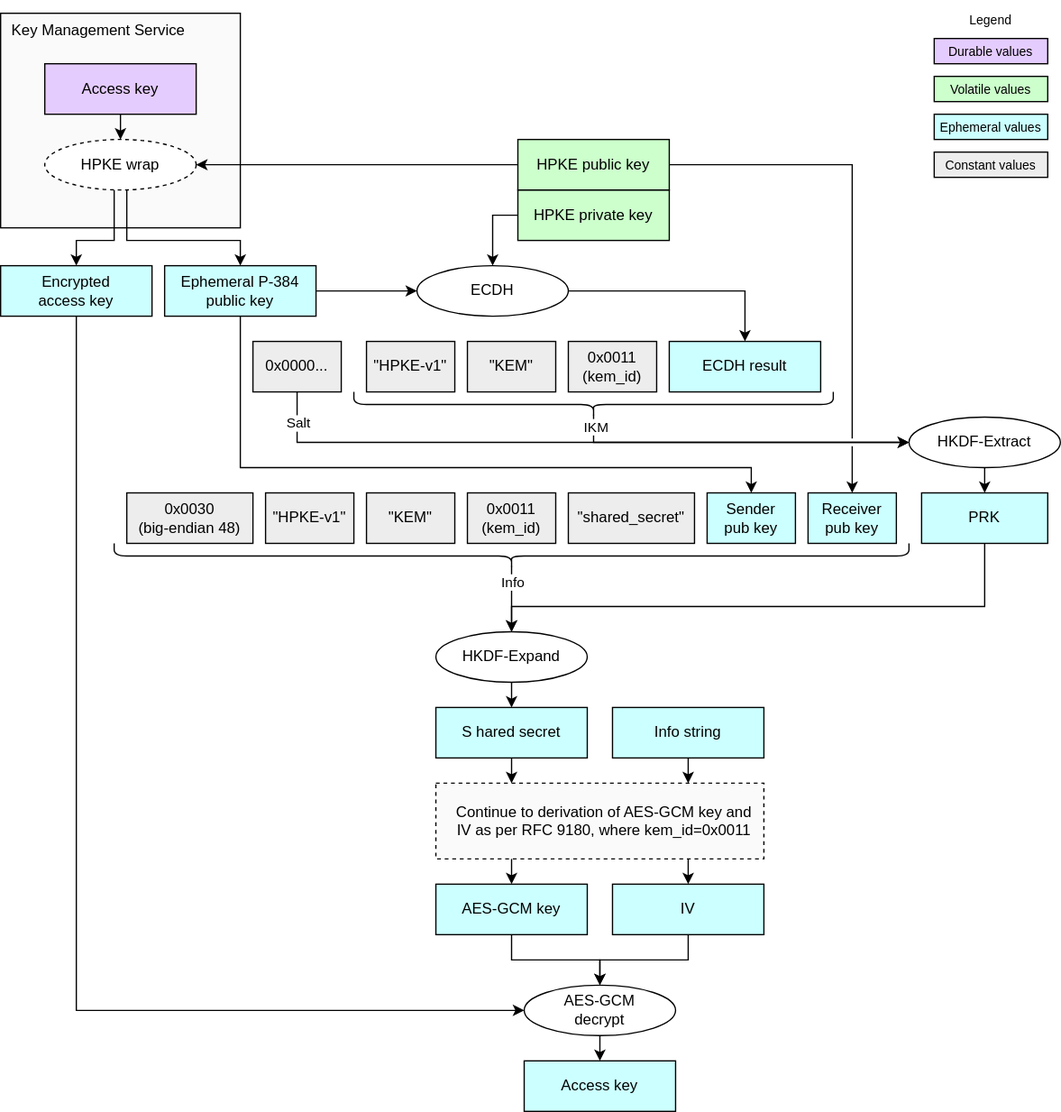
Before: doc/ocp_lock/diagrams/hpke_kem_ecdh.drawio.svg, a diagram exported from draw.io (chipsalliance/Caliptra). Source tidied: cells renumbered, new cells last; positions are measured from the earlier drawing's top-left corner, leaving out a move shared by most shapes.
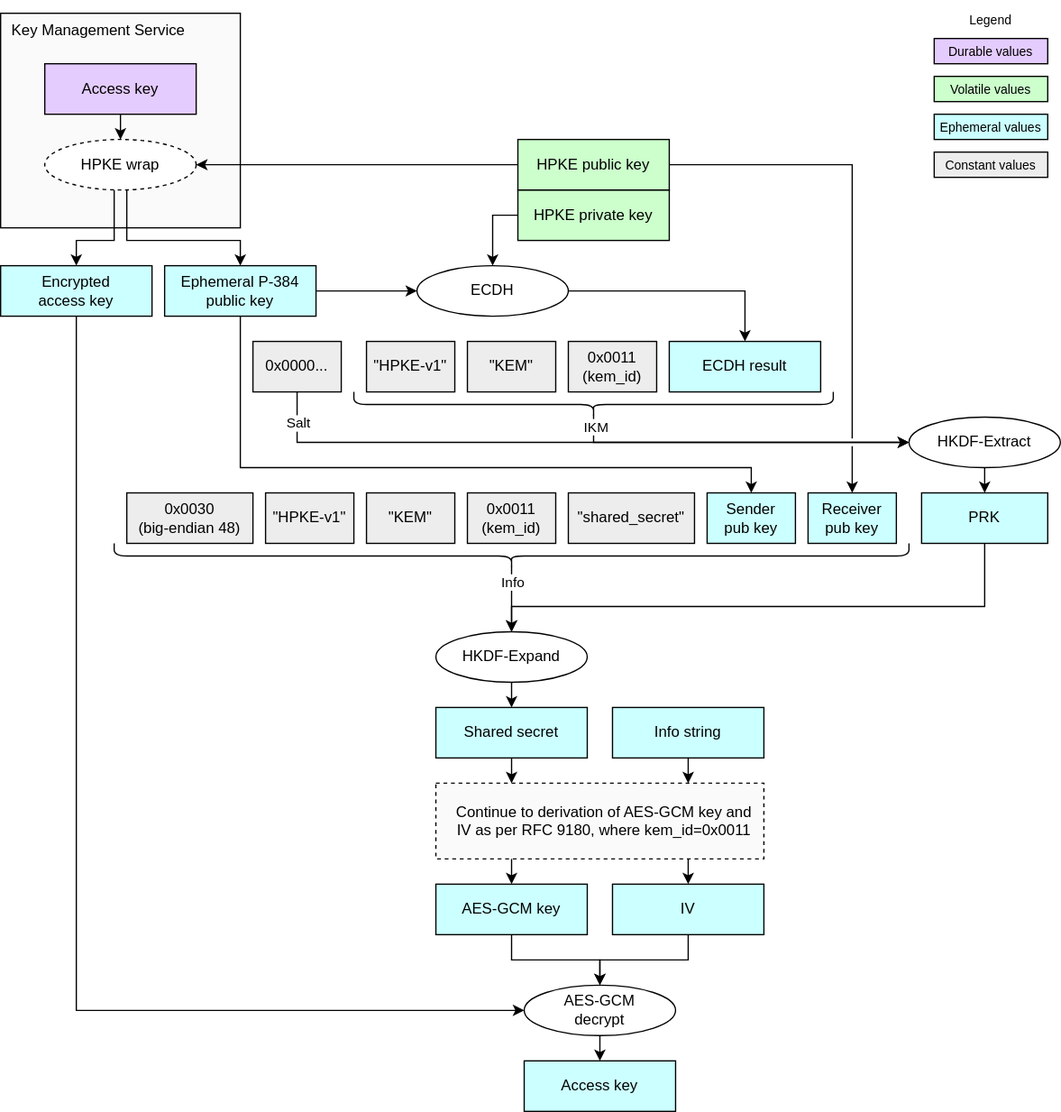
Later version of the same file.

Change to the diagram source:
```diff
@@ -155,7 +155,7 @@
         </Array>
       </mxGeometry>
     </mxCell>
-    <mxCell id="41" value="&lt;div&gt;&lt;span style=&quot;background-color: transparent;&quot;&gt;&lt;font color=&quot;#000000&quot;&gt;S&lt;/font&gt;hared secret&lt;/span&gt;&lt;/div&gt;" style="rounded=0;whiteSpace=wrap;html=1;align=center;verticalAlign=middle;shadow=0;glass=0;spacingLeft=0;spacingBottom=0;spacingTop=0;fillColor=#CCFFFF;" parent="1" vertex="1">
+    <mxCell id="41" value="&lt;div&gt;&lt;font color=&quot;#000000&quot;&gt;Shared secret&lt;/font&gt;&lt;/div&gt;" style="rounded=0;whiteSpace=wrap;html=1;align=center;verticalAlign=middle;shadow=0;glass=0;spacingLeft=0;spacingBottom=0;spacingTop=0;fillColor=#CCFFFF;" parent="1" vertex="1">
       <mxGeometry x="345" y="560" width="120" height="40" as="geometry" />
     </mxCell>
     <mxCell id="42" style="endArrow=classic;html=1;rounded=0;endSize=6;startSize=6;entryX=0.5;entryY=0;entryDx=0;entryDy=0;exitX=0.5;exitY=1;exitDx=0;exitDy=0;jumpStyle=gap;" parent="1" edge="1" source="39" target="41">
```
